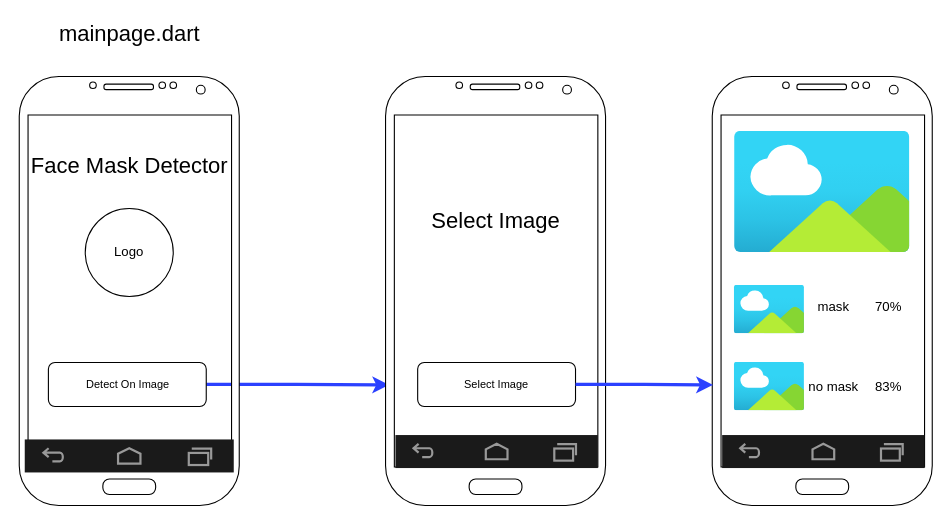
The draw.io diagram facemask.drawio in Undem0ns/facemaskdetection, before the edit. Source tidied: cells renumbered, new cells numbered last; positions are measured from the earlier drawing's top-left corner, leaving out a move shared by most shapes. Both pictures are drawn from the tidied source at 110%, with x=0, y=0 at pixel (19, 21).
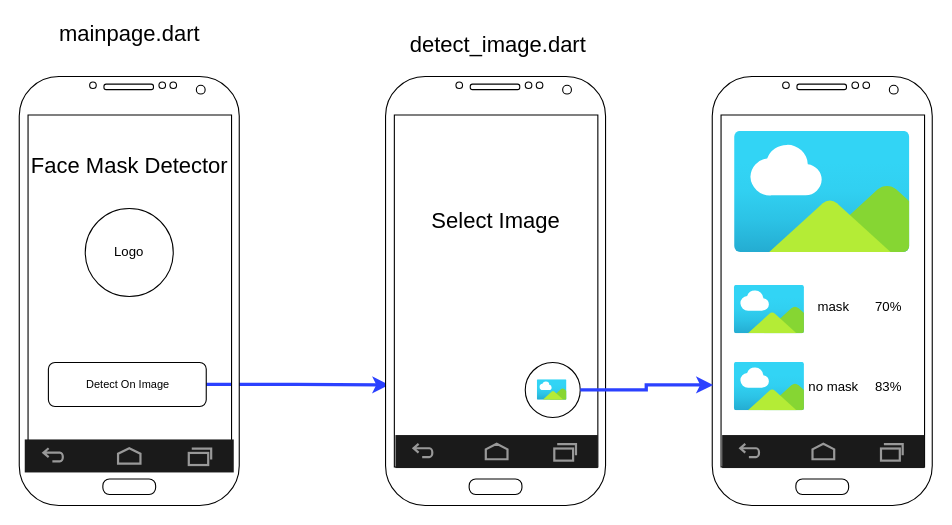
The same page after the edit.

Unchanged cells that the change refers to:
```xml
<mxCell id="10" style="group;" parent="1" vertex="1">
  <mxGeometry x="333" y="50" width="200" height="390" as="geometry" />
</mxCell>
<mxCell id="16" style="verticalLabelPosition=bottom;verticalAlign=top;html=1;shadow=0;dashed=0;strokeWidth=1;shape=mxgraph.android.phone2;" parent="15" vertex="1">
  <mxGeometry width="200" height="390" as="geometry" />
</mxCell>
```

Change to the diagram source:
```diff
@@
-    <mxCell id="14" value="Select Image" style="rounded=1;html=1;shadow=0;dashed=0;whiteSpace=wrap;fontSize=10;align=center;" parent="10" vertex="1">
-      <mxGeometry x="29.2" y="260" width="143.5" height="40" as="geometry" />
-    </mxCell>
+    <mxCell id="26" style="ellipse;whiteSpace=wrap;html=1;rounded=1;" parent="10" vertex="1">
+      <mxGeometry x="127" y="260" width="50" height="50" as="geometry" />
+    </mxCell>
+    <mxCell id="27" style="html=1;align=center;image;fontSize=12;image=img/lib/azure2/general/Image.svg;rounded=1;" parent="10" vertex="1">
+      <mxGeometry x="138" y="275.7" width="27" height="18.6" as="geometry" />
+    </mxCell>
@@
-    <mxCell id="25" style="edgeStyle=orthogonalEdgeStyle;rounded=0;jettySize=auto;html=1;entryX=0.004;entryY=0.719;entryDx=0;entryDy=0;entryPerimeter=0;strokeColor=#2B41FF;strokeWidth=3;" parent="1" edge="1" source="14" target="16">
+    <mxCell id="25" style="edgeStyle=orthogonalEdgeStyle;rounded=0;jettySize=auto;html=1;entryX=0.004;entryY=0.719;entryDx=0;entryDy=0;entryPerimeter=0;strokeColor=#2B41FF;strokeWidth=3;exitX=1;exitY=0.5;exitDx=0;exitDy=0;" parent="1" edge="1" source="26" target="16">
       <mxGeometry relative="1" as="geometry" />
     </mxCell>
+    <mxCell id="28" value="&lt;font style=&quot;font-size: 20px&quot;&gt;detect_image.dart&lt;/font&gt;" style="text;html=1;align=center;verticalAlign=middle;" parent="1" vertex="1">
+      <mxGeometry x="345" y="10" width="180" height="20" as="geometry" />
+    </mxCell>
```
